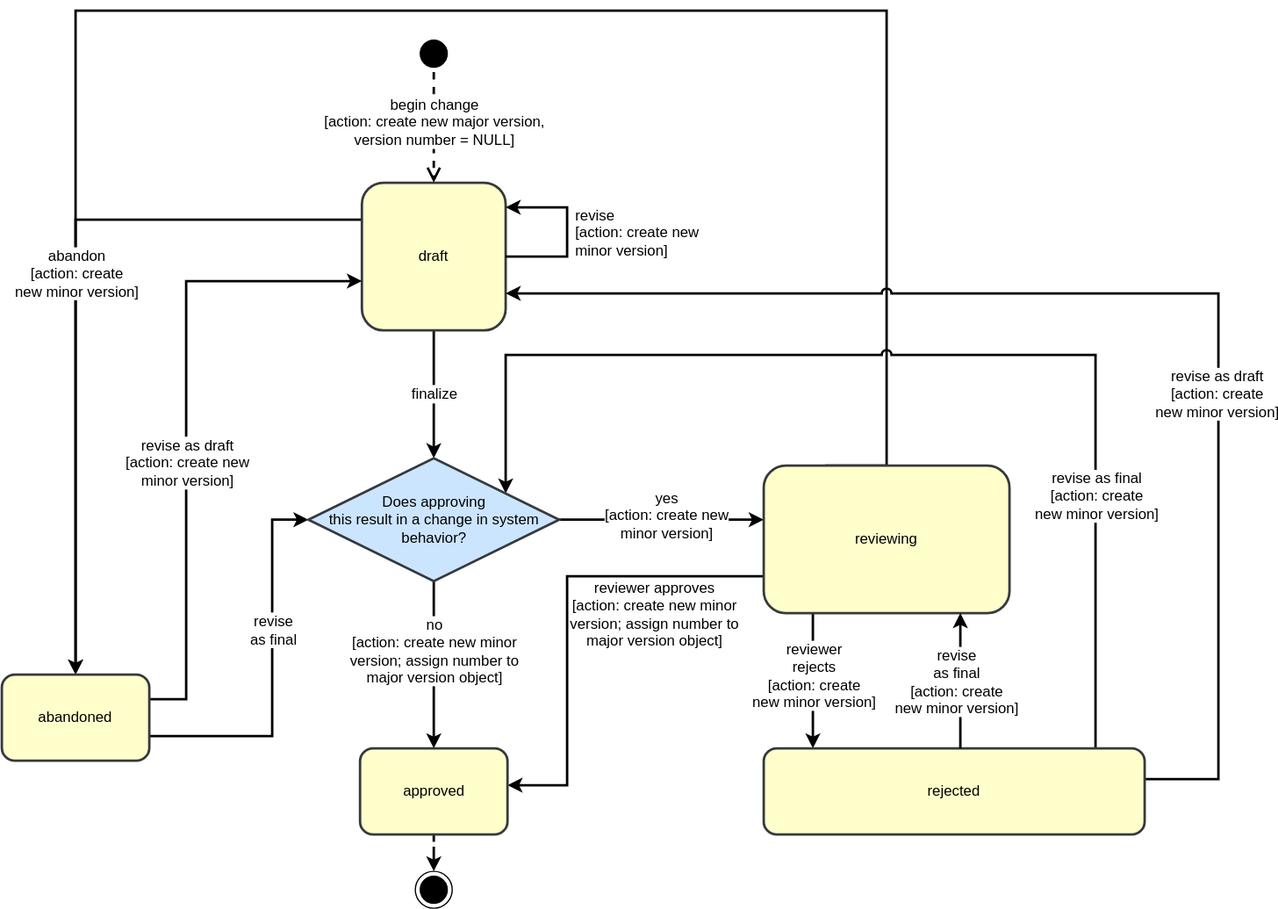
The draw.io diagram devdocs/reviewable-change-process.drawio.svg in fullstaq-labs/sqedule, before a commit. Source tidied: cells renumbered, new cells last; positions are measured from the earlier drawing's top-left corner, leaving out a move shared by most shapes.
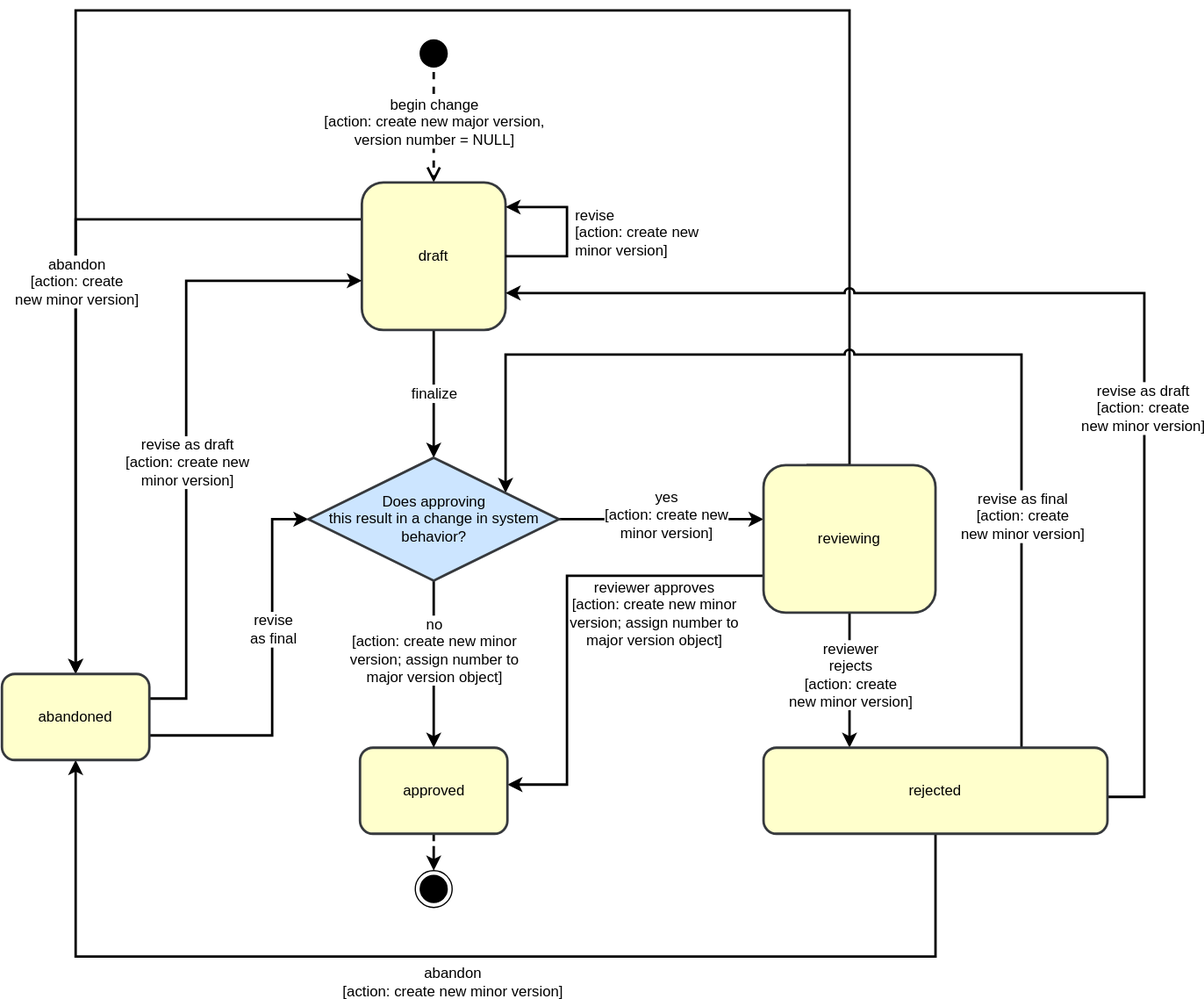
After the change.

Commit message:
Fix change process diagram

Diff of the diagram source:
```diff
@@ -42,8 +42,8 @@
     <mxCell id="10" style="edgeStyle=orthogonalEdgeStyle;rounded=0;jumpStyle=none;jettySize=auto;html=1;endArrow=classic;endFill=1;strokeColor=#000000;strokeWidth=2;fontSize=12;" parent="1" edge="1" source="34" target="20">
       <mxGeometry relative="1" as="geometry">
         <Array as="points">
-          <mxPoint x="660" y="500" />
-          <mxPoint x="660" y="500" />
+          <mxPoint x="690" y="510" />
+          <mxPoint x="690" y="510" />
         </Array>
       </mxGeometry>
     </mxCell>
@@ -55,8 +55,8 @@
     <mxCell id="12" style="edgeStyle=orthogonalEdgeStyle;rounded=0;jumpStyle=none;jettySize=auto;html=1;endArrow=classic;endFill=1;strokeColor=#000000;strokeWidth=2;fontSize=12;exitX=0.25;exitY=0;exitDx=0;exitDy=0;" parent="1" edge="1" source="34" target="25">
       <mxGeometry relative="1" as="geometry">
         <Array as="points">
-          <mxPoint x="720" y="370" />
-          <mxPoint x="720" />
+          <mxPoint x="690" y="370" />
+          <mxPoint x="690" />
           <mxPoint x="60" />
         </Array>
       </mxGeometry>
@@ -75,8 +75,8 @@
     <mxCell id="16" style="edgeStyle=orthogonalEdgeStyle;rounded=0;jumpStyle=arc;jettySize=auto;html=1;endArrow=classic;endFill=1;strokeColor=#000000;strokeWidth=2;fontSize=12;sketch=0;" parent="1" edge="1" source="20" target="7">
       <mxGeometry relative="1" as="geometry">
         <Array as="points">
-          <mxPoint x="990" y="625" />
-          <mxPoint x="990" y="230" />
+          <mxPoint x="930" y="640" />
+          <mxPoint x="930" y="230" />
         </Array>
       </mxGeometry>
     </mxCell>
@@ -88,7 +88,7 @@
     <mxCell id="18" style="edgeStyle=orthogonalEdgeStyle;rounded=0;sketch=0;jumpStyle=arc;jettySize=auto;html=1;endArrow=classic;endFill=1;strokeColor=#000000;strokeWidth=2;fontSize=12;" parent="1" edge="1" source="20" target="31">
       <mxGeometry relative="1" as="geometry">
         <Array as="points">
-          <mxPoint x="890" y="280" />
+          <mxPoint x="830" y="280" />
           <mxPoint x="410" y="280" />
         </Array>
       </mxGeometry>
@@ -98,8 +98,21 @@
         <mxPoint x="4" y="58" as="offset" />
       </mxGeometry>
     </mxCell>
+    <mxCell id="37" style="edgeStyle=orthogonalEdgeStyle;rounded=0;jettySize=auto;html=1;strokeWidth=2;" parent="1" edge="1" source="20" target="25">
+      <mxGeometry relative="1" as="geometry">
+        <Array as="points">
+          <mxPoint x="760" y="770" />
+          <mxPoint x="60" y="770" />
+        </Array>
+      </mxGeometry>
+    </mxCell>
+    <mxCell id="38" value="abandon&lt;br style=&quot;font-size: 12px;&quot;&gt;[action: create new minor version]" style="edgeLabel;html=1;align=center;verticalAlign=middle;fontSize=12;" parent="37" vertex="1">
+      <mxGeometry x="0.03" y="-2" relative="1" as="geometry">
+        <mxPoint x="1.5" y="22" as="offset" />
+      </mxGeometry>
+    </mxCell>
     <mxCell id="20" value="rejected" style="rounded=1;whiteSpace=wrap;html=1;fontSize=12;strokeColor=#36393d;fillColor=#FFFFCC;strokeWidth=2;glass=0;" parent="1" vertex="1">
-      <mxGeometry x="620" y="600" width="310" height="70" as="geometry" />
+      <mxGeometry x="620" y="600" width="280" height="70" as="geometry" />
     </mxCell>
     <mxCell id="21" style="edgeStyle=orthogonalEdgeStyle;rounded=0;jettySize=auto;html=1;endArrow=classic;endFill=1;strokeWidth=2;fontSize=12;" parent="1" edge="1" source="25" target="7">
       <mxGeometry relative="1" as="geometry">
@@ -174,20 +187,7 @@
       </mxGeometry>
     </mxCell>
     <mxCell id="34" value="reviewing" style="rounded=1;whiteSpace=wrap;html=1;fontSize=12;strokeColor=#36393d;fillColor=#FFFFCC;strokeWidth=2;" parent="1" vertex="1">
-      <mxGeometry x="620" y="370" width="200" height="120" as="geometry" />
+      <mxGeometry x="620" y="370" width="140" height="120" as="geometry" />
     </mxCell>
-    <mxCell id="35" style="edgeStyle=orthogonalEdgeStyle;rounded=0;sketch=0;jumpStyle=arc;jettySize=auto;html=1;endArrow=classic;endFill=1;strokeColor=#000000;strokeWidth=2;fontSize=12;" parent="1" edge="1" source="20" target="34">
-      <mxGeometry relative="1" as="geometry">
-        <Array as="points">
-          <mxPoint x="780" y="560" />
-          <mxPoint x="780" y="560" />
-        </Array>
-      </mxGeometry>
-    </mxCell>
-    <mxCell id="36" value="revise&lt;br&gt;as final&lt;br&gt;[action: create&lt;br&gt;new minor version]" style="edgeLabel;html=1;align=center;verticalAlign=middle;fontSize=12;" parent="35" vertex="1">
-      <mxGeometry x="-0.42" y="4" relative="1" as="geometry">
-        <mxPoint y="-23" as="offset" />
-      </mxGeometry>
-    </mxCell>
   </root>
 </mxGraphModel>
```
